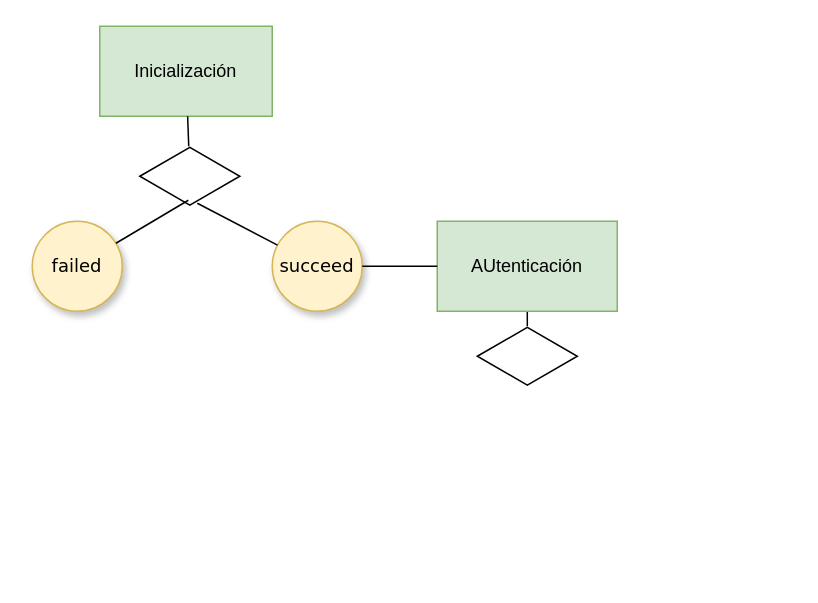
Before: Diagrama sin título.drawio in sio2sio2/braulio-core, a draw.io diagram. Source tidied: cells renumbered, new cells numbered last; positions are measured from the earlier drawing's top-left corner, leaving out a move shared by most shapes. Both pictures are drawn from the tidied source at 150%, with x=0, y=0 at pixel (32, 26).
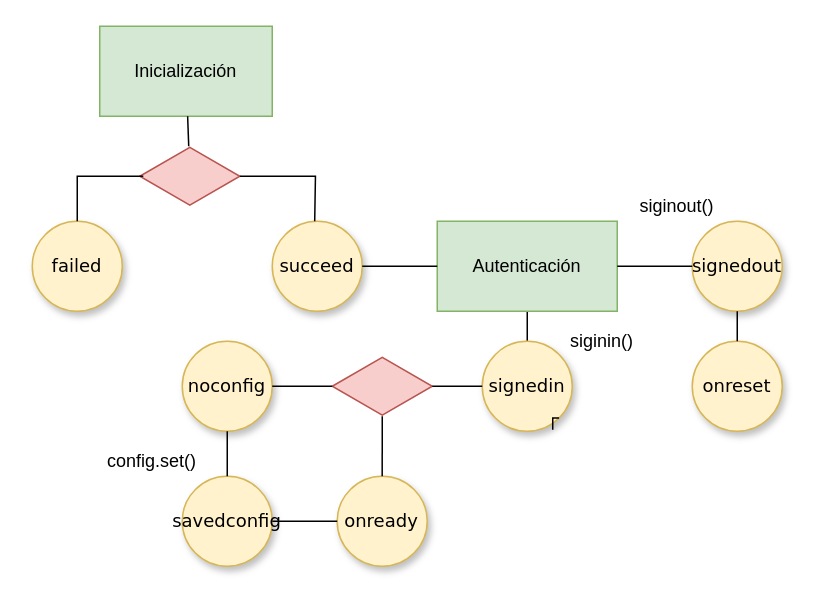
After the change.

Unchanged cells that the change refers to:
```xml
<mxCell id="5" value="failed" style="ellipse;whiteSpace=wrap;html=1;rounded=0;shadow=1;comic=0;labelBackgroundColor=none;strokeWidth=1;fontFamily=Verdana;fontSize=12;align=center;fillColor=#fff2cc;strokeColor=#d6b656;" parent="1" vertex="1">
  <mxGeometry y="130" width="60" height="60" as="geometry" />
</mxCell>
<mxCell id="7" value="succeed" style="ellipse;whiteSpace=wrap;html=1;rounded=0;shadow=1;comic=0;labelBackgroundColor=none;strokeWidth=1;fontFamily=Verdana;fontSize=12;align=center;fillColor=#fff2cc;strokeColor=#d6b656;" parent="1" vertex="1">
  <mxGeometry x="160" y="130" width="60" height="60" as="geometry" />
</mxCell>
```

The edit, as a diff of the source:
```diff
@@
-    <mxCell id="3" style="html=1;whiteSpace=wrap;shape=isoRectangle;" parent="1" vertex="1">
+    <mxCell id="3" style="html=1;whiteSpace=wrap;shape=isoRectangle;fillColor=#f8cecc;strokeColor=#b85450;" parent="1" vertex="1">
       <mxGeometry x="71.7" y="80" width="66.7" height="40" as="geometry" />
     </mxCell>
@@
-    <mxCell id="6" style="endArrow=none;html=1;entryX=0.485;entryY=0.9;entryDx=0;entryDy=0;entryPerimeter=0;" parent="1" edge="1" source="5" target="3">
-      <mxGeometry relative="1" as="geometry" />
-    </mxCell>
@@
-    <mxCell id="8" style="endArrow=none;html=1;entryX=0.575;entryY=0.95;entryDx=0;entryDy=0;entryPerimeter=0;" parent="1" edge="1" source="7" target="3">
-      <mxGeometry relative="1" as="geometry" />
-    </mxCell>
-    <mxCell id="9" style="html=1;whiteSpace=wrap;shape=isoRectangle;" parent="1" vertex="1">
-      <mxGeometry x="296.7" y="200" width="66.7" height="40" as="geometry" />
-    </mxCell>
-    <mxCell id="10" style="endArrow=none;html=1;" parent="1" edge="1" source="11" target="9">
+    <mxCell id="10" style="endArrow=none;html=1;" parent="1" edge="1" source="11" target="13">
       <mxGeometry relative="1" as="geometry" />
     </mxCell>
-    <mxCell id="11" value="&lt;span style=&quot;background-color: rgb(213 , 232 , 212)&quot;&gt;AUtenticación&lt;/span&gt;" style="whiteSpace=wrap;html=1;align=center;newEdgeStyle={&quot;edgeStyle&quot;:&quot;elbowEdgeStyle&quot;,&quot;startArrow&quot;:&quot;none&quot;,&quot;endArrow&quot;:&quot;none&quot;};fillColor=#d5e8d4;strokeColor=#82b366;" parent="1" vertex="1" collapsed="1">
+    <mxCell id="11" value="&lt;span style=&quot;background-color: rgb(213 , 232 , 212)&quot;&gt;Autenticación&lt;/span&gt;" style="whiteSpace=wrap;html=1;align=center;newEdgeStyle={&quot;edgeStyle&quot;:&quot;elbowEdgeStyle&quot;,&quot;startArrow&quot;:&quot;none&quot;,&quot;endArrow&quot;:&quot;none&quot;};fillColor=#d5e8d4;strokeColor=#82b366;" parent="1" vertex="1" collapsed="1">
       <mxGeometry x="270" y="130" width="120" height="60" as="geometry" />
     </mxCell>
@@
+    <mxCell id="13" value="signedin" style="ellipse;whiteSpace=wrap;html=1;rounded=0;shadow=1;comic=0;labelBackgroundColor=none;strokeWidth=1;fontFamily=Verdana;fontSize=12;align=center;fillColor=#fff2cc;strokeColor=#d6b656;" parent="1" vertex="1">
+      <mxGeometry x="300" y="210" width="60" height="60" as="geometry" />
+    </mxCell>
+    <mxCell id="14" value="siginin()" style="text;html=1;strokeColor=none;fillColor=none;align=center;verticalAlign=middle;whiteSpace=wrap;overflow=hidden;" parent="1" vertex="1">
+      <mxGeometry x="340" y="200" width="80" height="20" as="geometry" />
+    </mxCell>
+    <mxCell id="15" value="signedout" style="ellipse;whiteSpace=wrap;html=1;rounded=0;shadow=1;comic=0;labelBackgroundColor=none;strokeWidth=1;fontFamily=Verdana;fontSize=12;align=center;fillColor=#fff2cc;strokeColor=#d6b656;" parent="1" vertex="1">
+      <mxGeometry x="440" y="130" width="60" height="60" as="geometry" />
+    </mxCell>
+    <mxCell id="16" style="endArrow=none;html=1;" parent="1" edge="1" source="11" target="15">
+      <mxGeometry relative="1" as="geometry" />
+    </mxCell>
+    <mxCell id="17" value="siginout()" style="text;html=1;strokeColor=none;fillColor=none;align=center;verticalAlign=middle;whiteSpace=wrap;overflow=hidden;" parent="1" vertex="1">
+      <mxGeometry x="390" y="110" width="80" height="20" as="geometry" />
+    </mxCell>
+    <mxCell id="18" value="onreset" style="ellipse;whiteSpace=wrap;html=1;rounded=0;shadow=1;comic=0;labelBackgroundColor=none;strokeWidth=1;fontFamily=Verdana;fontSize=12;align=center;fillColor=#fff2cc;strokeColor=#d6b656;" parent="1" vertex="1">
+      <mxGeometry x="440" y="210" width="60" height="60" as="geometry" />
+    </mxCell>
+    <mxCell id="19" style="endArrow=none;html=1;" parent="1" edge="1" source="18" target="15">
+      <mxGeometry relative="1" as="geometry" />
+    </mxCell>
+    <mxCell id="20" style="html=1;whiteSpace=wrap;shape=isoRectangle;fillColor=#f8cecc;strokeColor=#b85450;" parent="1" vertex="1">
+      <mxGeometry x="200" y="220" width="66.7" height="40" as="geometry" />
+    </mxCell>
+    <mxCell id="21" style="endArrow=none;html=1;edgeStyle=orthogonalEdgeStyle;rounded=0;endFill=0;" parent="1" edge="1" source="3">
+      <mxGeometry relative="1" as="geometry">
+        <mxPoint x="188.3" y="130" as="targetPoint" />
+      </mxGeometry>
+    </mxCell>
+    <mxCell id="22" style="endArrow=none;html=1;edgeStyle=orthogonalEdgeStyle;rounded=0;endFill=0;exitX=0.035;exitY=0.5;exitDx=0;exitDy=0;exitPerimeter=0;entryX=0.5;entryY=0;entryDx=0;entryDy=0;" parent="1" edge="1" source="3" target="5">
+      <mxGeometry relative="1" as="geometry">
+        <Array as="points">
+          <mxPoint x="30" y="100" />
+        </Array>
+      </mxGeometry>
+    </mxCell>
+    <mxCell id="23" style="endArrow=none;html=1;strokeColor=#000000;" parent="1" edge="1" source="20" target="13">
+      <mxGeometry relative="1" as="geometry" />
+    </mxCell>
+    <mxCell id="24" value="noconfig" style="ellipse;whiteSpace=wrap;html=1;rounded=0;shadow=1;comic=0;labelBackgroundColor=none;strokeWidth=1;fontFamily=Verdana;fontSize=12;align=center;fillColor=#fff2cc;strokeColor=#d6b656;" parent="1" vertex="1">
+      <mxGeometry x="100" y="210" width="60" height="60" as="geometry" />
+    </mxCell>
+    <mxCell id="25" style="endArrow=none;html=1;strokeColor=#000000;" parent="1" edge="1" source="24" target="20">
+      <mxGeometry relative="1" as="geometry" />
+    </mxCell>
+    <mxCell id="26" style="edgeStyle=orthogonalEdgeStyle;rounded=0;orthogonalLoop=1;jettySize=auto;html=1;exitX=1;exitY=1;exitDx=0;exitDy=0;entryX=0.783;entryY=0.983;entryDx=0;entryDy=0;entryPerimeter=0;endArrow=none;endFill=0;strokeColor=#000000;" parent="1" edge="1" source="13" target="13">
+      <mxGeometry relative="1" as="geometry" />
+    </mxCell>
+    <mxCell id="27" value="onready" style="ellipse;whiteSpace=wrap;html=1;rounded=0;shadow=1;comic=0;labelBackgroundColor=none;strokeWidth=1;fontFamily=Verdana;fontSize=12;align=center;fillColor=#fff2cc;strokeColor=#d6b656;" parent="1" vertex="1">
+      <mxGeometry x="203.3" y="300" width="60" height="60" as="geometry" />
+    </mxCell>
+    <mxCell id="28" style="endArrow=none;html=1;strokeColor=#000000;" parent="1" edge="1" source="27" target="20">
+      <mxGeometry relative="1" as="geometry" />
+    </mxCell>
+    <mxCell id="29" value="savedconfig" style="ellipse;whiteSpace=wrap;html=1;rounded=0;shadow=1;comic=0;labelBackgroundColor=none;strokeWidth=1;fontFamily=Verdana;fontSize=12;align=center;fillColor=#fff2cc;strokeColor=#d6b656;" parent="1" vertex="1">
+      <mxGeometry x="100" y="300" width="60" height="60" as="geometry" />
+    </mxCell>
+    <mxCell id="30" style="endArrow=none;html=1;strokeColor=#000000;" parent="1" edge="1" source="29" target="24">
+      <mxGeometry relative="1" as="geometry" />
+    </mxCell>
+    <mxCell id="31" style="endArrow=none;html=1;strokeColor=#000000;" parent="1" edge="1" source="29" target="27">
+      <mxGeometry relative="1" as="geometry" />
+    </mxCell>
+    <mxCell id="32" value="config.set()" style="text;html=1;strokeColor=none;fillColor=none;align=center;verticalAlign=middle;whiteSpace=wrap;overflow=hidden;" parent="1" vertex="1">
+      <mxGeometry x="40" y="280" width="80" height="20" as="geometry" />
+    </mxCell>
```
